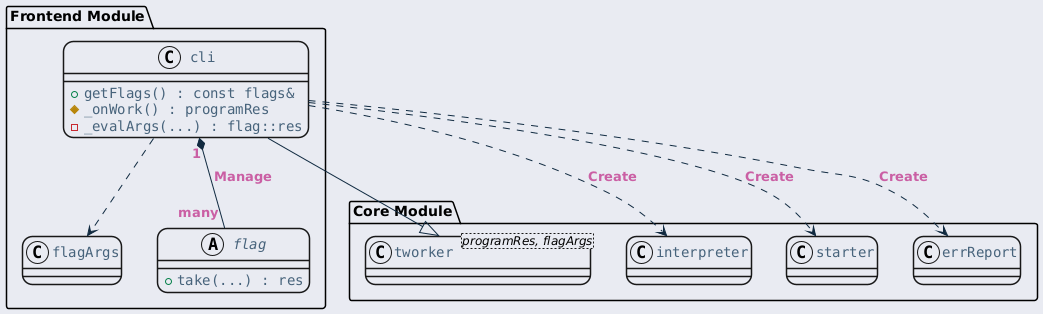
The PlantUML diagram ref/generated/ko/inline_umlgraph_39.png in byeolang/website, before a commit.
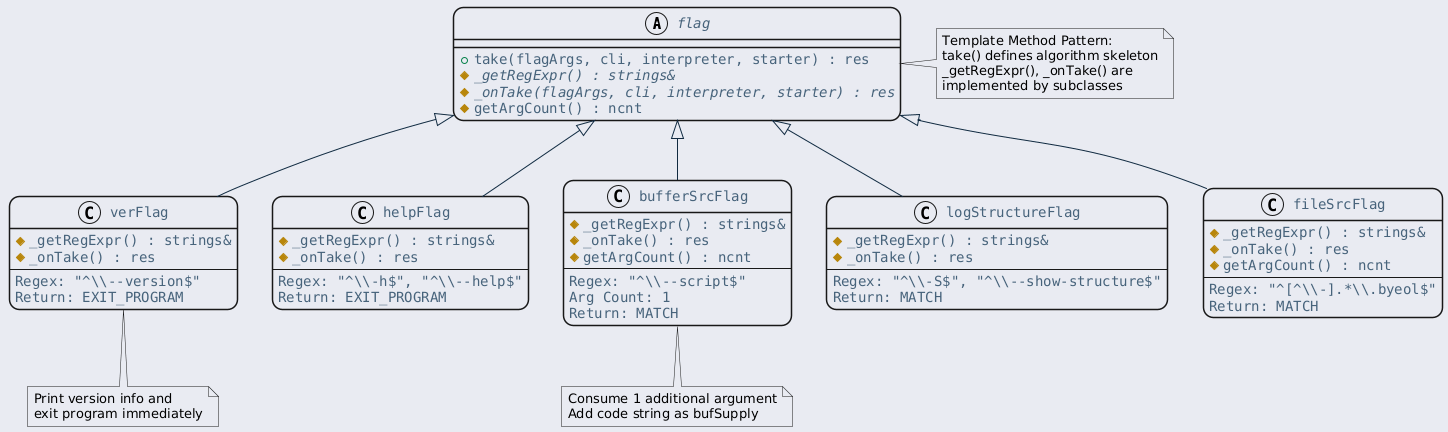
The same file after the commit.

The edit, as a diff of the source:
```diff
@@ -23,36 +23,76 @@
     }
 }
 </style>
-package "Core Module" {
-    class "tworker<programRes, flagArgs>" as tworker {
-    }
-    class interpreter {
-    }
-    class starter {
-    }
-    class errReport {
-    }
+abstract class flag {
+    + take(flagArgs, cli, interpreter, starter) : res
+    # {abstract} _getRegExpr() : strings&
+    # {abstract} _onTake(flagArgs, cli, interpreter, starter) : res
+    # getArgCount() : ncnt
 }
 
-package "Frontend Module" {
-    class cli {
-        + getFlags() : const flags&
-        # _onWork() : programRes
-        - _evalArgs(...) : flag::res
-    }
+note right of flag
+  Template Method Pattern:
+  take() defines algorithm skeleton
+  _getRegExpr(), _onTake() are
+  implemented by subclasses
+end note
 
-    class flagArgs {
-    }
+class verFlag {
+    # _getRegExpr() : strings&
+    # _onTake() : res
+    --
+    Regex: "^\\\\--version$"
+    Return: EXIT_PROGRAM
+}
 
-    abstract class flag {
-        + take(...) : res
-    }
+class helpFlag {
+    # _getRegExpr() : strings&
+    # _onTake() : res
+    --
+    Regex: "^\\\\-h$", "^\\\\--help$"
+    Return: EXIT_PROGRAM
+}
 
-    cli --|> tworker
-    cli ..> interpreter : Create
-    cli ..> starter : Create
-    cli ..> errReport : Create
-    cli ..> flagArgs
-    cli "1" *-- "many" flag : Manage
+class bufferSrcFlag {
+    # _getRegExpr() : strings&
+    # _onTake() : res
+    # getArgCount() : ncnt
+    --
+    Regex: "^\\\\--script$"
+    Arg Count: 1
+    Return: MATCH
 }
+
+class logStructureFlag {
+    # _getRegExpr() : strings&
+    # _onTake() : res
+    --
+    Regex: "^\\\\-S$", "^\\\\--show-structure$"
+    Return: MATCH
+}
+
+class fileSrcFlag {
+    # _getRegExpr() : strings&
+    # _onTake() : res
+    # getArgCount() : ncnt
+    --
+    Regex: "^[^\\\\-].*\\\\.byeol$"
+    Return: MATCH
+}
+
+flag <|-- verFlag
+flag <|-- helpFlag
+flag <|-- bufferSrcFlag
+flag <|-- logStructureFlag
+flag <|-- fileSrcFlag
+
+note bottom of verFlag
+  Print version info and
+  exit program immediately
+end note
+
+note bottom of bufferSrcFlag
+  Consume 1 additional argument
+  Add code string as bufSupply
+end note
 @enduml
```
